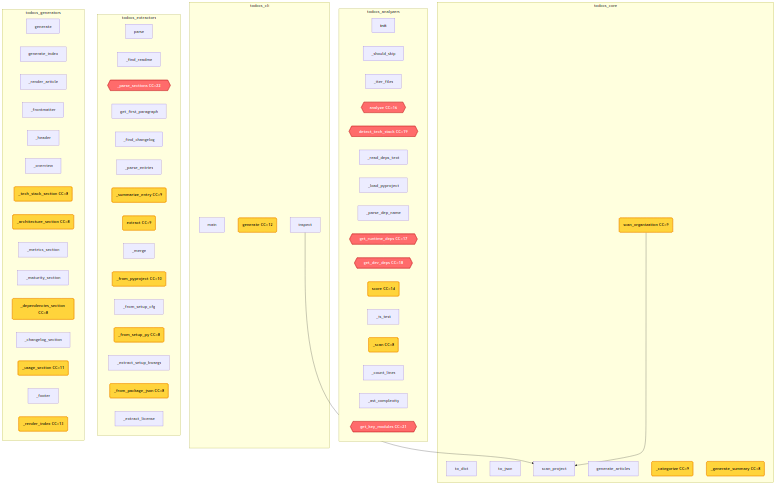
Above: project/flow.png in wronai/todocs (Mermaid), before the change. Its source is kept beside it as project/flow.mmd.
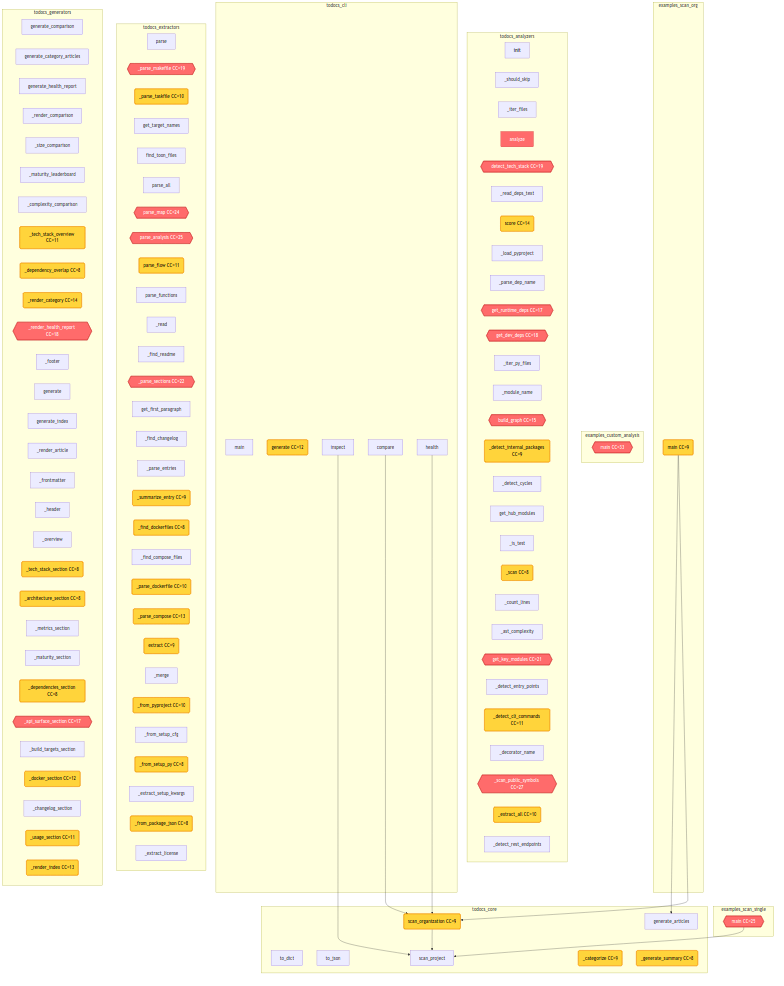
After the commit.

What changed in the source:
```diff
@@ -1,4 +1,13 @@
 flowchart TD
+    subgraph examples_custom_analysis
+        examples__custom_analysis__main{{main CC=33}}
+    end
+    subgraph examples_scan_org
+        examples__scan_org__main("main CC=9")
+    end
+    subgraph examples_scan_single
+        examples__scan_single__main{{main CC=25}}
+    end
     subgraph todocs_analyzers
         todocs____init__["__init__"]
         todocs___should_skip["_should_skip"]
@@ -7,12 +16,20 @@
         todocs__detect_tech_stack{{detect_tech_stack CC=19}}
         todocs___read_deps_text["_read_deps_text"]
         todocs____init__["__init__"]
+        todocs__analyzers__maturity__MaturityScorer__score("score CC=14")
+        todocs____init__["__init__"]
         todocs___load_pyproject["_load_pyproject"]
         todocs___parse_dep_name["_parse_dep_name"]
         todocs__get_runtime_deps{{get_runtime_deps CC=17}}
         todocs__get_dev_deps{{get_dev_deps CC=18}}
         todocs____init__["__init__"]
-        todocs__analyzers__maturity__MaturityScorer__score("score CC=14")
+        todocs___should_skip["_should_skip"]
+        todocs___iter_py_files["_iter_py_files"]
+        todocs___module_name["_module_name"]
+        todocs__build_graph{{build_graph CC=15}}
+        todocs___detect_internal_packages("_detect_internal_packages CC=9")
+        todocs___detect_cycles["_detect_cycles"]
+        todocs__get_hub_modules["get_hub_modules"]
         todocs____init__["__init__"]
         todocs___should_skip["_should_skip"]
         todocs___is_test["_is_test"]
@@ -21,11 +38,22 @@
         todocs__analyze{{analyze CC=16}}
         todocs___ast_complexity["_ast_complexity"]
         todocs__get_key_modules{{get_key_modules CC=21}}
+        todocs____init__["__init__"]
+        todocs__analyze["analyze"]
+        todocs___should_skip["_should_skip"]
+        todocs___detect_entry_points["_detect_entry_points"]
+        todocs___detect_cli_commands("_detect_cli_commands CC=11")
+        todocs___decorator_name["_decorator_name"]
+        todocs___scan_public_symbols{{_scan_public_symbols CC=27}}
+        todocs___extract_all("_extract_all CC=10")
+        todocs___detect_rest_endpoints["_detect_rest_endpoints"]
     end
     subgraph todocs_cli
         todocs__cli__main["main"]
         todocs__cli__generate("generate CC=12")
         todocs__cli__inspect["inspect"]
+        todocs__cli__compare["compare"]
+        todocs__cli__health["health"]
     end
     subgraph todocs_core
         todocs__core__ProjectProfile__to_dict["to_dict"]
@@ -39,6 +67,19 @@
     subgraph todocs_extractors
         todocs____init__["__init__"]
         todocs__parse["parse"]
+        todocs___parse_makefile{{_parse_makefile CC=19}}
+        todocs___parse_taskfile("_parse_taskfile CC=10")
+        todocs__get_target_names["get_target_names"]
+        todocs____init__["__init__"]
+        todocs__find_toon_files["find_toon_files"]
+        todocs__parse_all["parse_all"]
+        todocs__parse_map{{parse_map CC=24}}
+        todocs__parse_analysis{{parse_analysis CC=25}}
+        todocs__parse_flow("parse_flow CC=11")
+        todocs__parse_functions["parse_functions"]
+        todocs__extractors__toon_parser__ToonParser___read["_read"]
+        todocs____init__["__init__"]
+        todocs__parse["parse"]
         todocs___find_readme["_find_readme"]
         todocs___parse_sections{{_parse_sections CC=22}}
         todocs__get_first_paragraph["get_first_paragraph"]
@@ -47,6 +88,12 @@
         todocs___find_changelog["_find_changelog"]
         todocs___parse_entries["_parse_entries"]
         todocs___summarize_entry("_summarize_entry CC=9")
+        todocs____init__["__init__"]
+        todocs__parse["parse"]
+        todocs___find_dockerfiles("_find_dockerfiles CC=8")
+        todocs___find_compose_files["_find_compose_files"]
+        todocs___parse_dockerfile("_parse_dockerfile CC=10")
+        todocs___parse_compose("_parse_compose CC=13")
         todocs____init__["__init__"]
         todocs__extract("extract CC=9")
         todocs___merge["_merge"]
@@ -59,6 +106,19 @@
     end
     subgraph todocs_generators
         todocs____init__["__init__"]
+        todocs__generate_comparison["generate_comparison"]
+        todocs__generate_category_articles["generate_category_articles"]
+        todocs__generate_health_report["generate_health_report"]
+        todocs___render_comparison["_render_comparison"]
+        todocs___size_comparison["_size_comparison"]
+        todocs___maturity_leaderboard["_maturity_leaderboard"]
+        todocs___complexity_comparison["_complexity_comparison"]
+        todocs___tech_stack_overview("_tech_stack_overview CC=11")
+        todocs___dependency_overlap("_dependency_overlap CC=8")
+        todocs___render_category("_render_category CC=14")
+        todocs___render_health_report{{_render_health_report CC=18}}
+        todocs___footer["_footer"]
+        todocs____init__["__init__"]
         todocs__generate["generate"]
         todocs__generate_index["generate_index"]
         todocs___render_article["_render_article"]
@@ -70,15 +130,23 @@
         todocs___metrics_section["_metrics_section"]
         todocs___maturity_section["_maturity_section"]
         todocs___dependencies_section("_dependencies_section CC=8")
+        todocs___api_surface_section{{_api_surface_section CC=17}}
+        todocs___build_targets_section["_build_targets_section"]
+        todocs___docker_section("_docker_section CC=12")
         todocs___changelog_section["_changelog_section"]
         todocs___usage_section("_usage_section CC=11")
         todocs___footer["_footer"]
         todocs___render_index("_render_index CC=13")
     end
+    examples__scan_org__main --> todocs__core__scan_organization
+    examples__scan_org__main --> todocs__core__generate_articles
+    examples__scan_single__main --> todocs__core__scan_project
     todocs__cli__inspect --> todocs__core__scan_project
+    todocs__cli__compare --> todocs__core__scan_organization
+    todocs__cli__health --> todocs__core__scan_organization
     todocs__core__scan_organization --> todocs__core__scan_project
 
     classDef highCC fill:#ff6b6b,stroke:#c92a2a,color:#fff
     classDef medCC fill:#ffd43b,stroke:#f08c00,color:#000
-    class todocs___parse_sections,todocs__detect_tech_stack,todocs__get_runtime_deps,todocs__get_dev_deps,todocs__analyze,todocs__get_key_modules highCC
-    class todocs__cli__generate,todocs___summarize_entry,todocs___tech_stack_section,todocs___architecture_section,todocs___dependencies_section,todocs___usage_section,todocs___render_index,todocs__analyzers__maturity__MaturityScorer__score,todocs___scan,todocs__core__scan_organization,todocs__core___categorize,todocs__core___generate_summary,todocs__extract,todocs___from_pyproject,todocs___from_setup_py,todocs___from_package_json medCC
+    class examples__scan_single__main,examples__custom_analysis__main,todocs___parse_makefile,todocs__parse_map,todocs__parse_analysis,todocs___parse_sections,todocs___render_health_report,todocs___api_surface_section,todocs__detect_tech_stack,todocs__get_runtime_deps,todocs__get_dev_deps,todocs__build_graph,todocs__analyze,todocs__get_key_modules,todocs___scan_public_symbols highCC
+    class examples__scan_org__main,todocs__cli__generate,todocs___parse_taskfile,todocs__parse_flow,todocs___summarize_entry,todocs___find_dockerfiles,todocs___parse_dockerfile,todocs___parse_compose,todocs___tech_stack_overview,todocs___dependency_overlap,todocs___render_category,todocs___tech_stack_section,todocs___architecture_section,todocs___dependencies_section,todocs___docker_section,todocs___usage_section,todocs___render_index,todocs__analyzers__maturity__MaturityScorer__score,todocs___detect_internal_packages,todocs___scan,todocs___detect_cli_commands,todocs___extract_all,todocs__core__scan_organization,todocs__core___categorize,todocs__core___generate_summary,todocs__extract,todocs___from_pyproject,todocs___from_setup_py,todocs___from_package_json medCC
```
